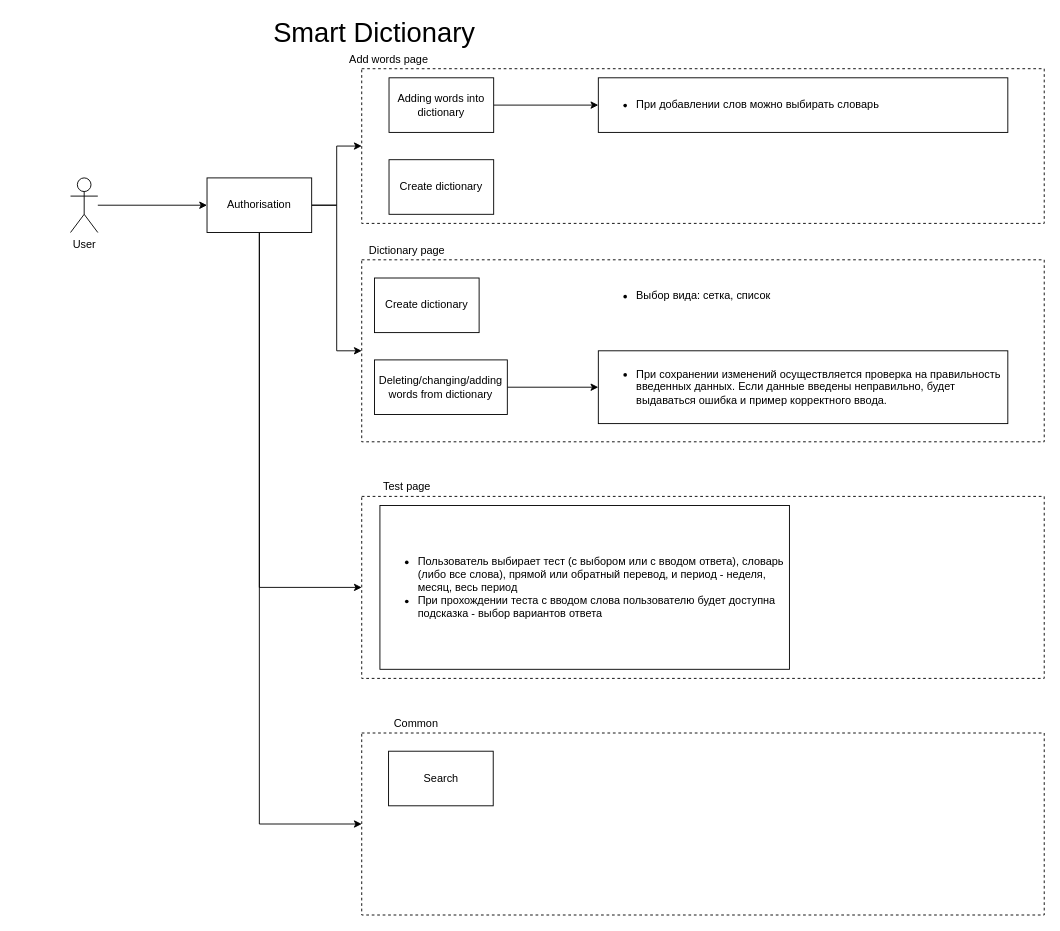
vikk777/Smart-Dictionary keeps this draw.io diagram as page "functional" (4 of 6) of schemes/scheme.drawio. Above is the earlier version. Source tidied: cells renumbered, new cells numbered last; positions are measured from the earlier drawing's top-left corner, leaving out a move shared by most shapes. Both pictures are drawn from the tidied source at 91%, with x=0, y=0 at pixel (70, 23).
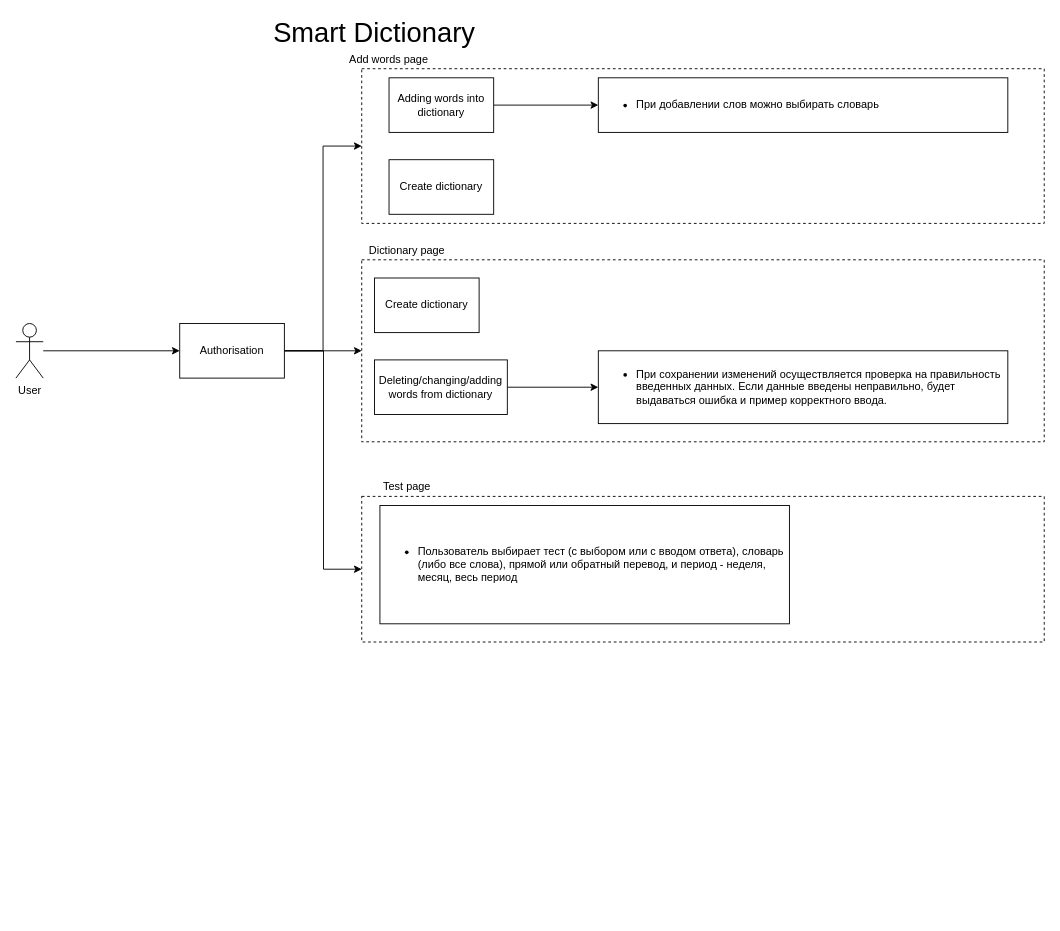
The same diagram, later.

Diff of the diagram source:
```diff
@@
-    <mxCell id="2" style="rounded=0;whiteSpace=wrap;html=1;fontSize=12;align=left;fillColor=none;dashed=1;" parent="1" vertex="1">
-      <mxGeometry x="320" y="780" width="750" height="200" as="geometry" />
-    </mxCell>
@@
     <mxCell id="6" value="User" style="shape=umlActor;verticalLabelPosition=bottom;labelBackgroundColor=#ffffff;verticalAlign=top;html=1;outlineConnect=0;" parent="1" vertex="1">
-      <mxGeometry y="170" width="30" height="60" as="geometry" />
+      <mxGeometry x="-60" y="330" width="30" height="60" as="geometry" />
     </mxCell>
@@
-    <mxCell id="9" style="edgeStyle=orthogonalEdgeStyle;rounded=0;jettySize=auto;html=1;fontSize=12;" parent="1" edge="1" source="11" target="24">
-      <mxGeometry relative="1" as="geometry">
-        <Array as="points">
-          <mxPoint x="207" y="620" />
-        </Array>
-      </mxGeometry>
+    <mxCell id="9" style="edgeStyle=elbowEdgeStyle;rounded=0;jettySize=auto;html=1;fontSize=12;" parent="1" edge="1" source="11" target="24">
+      <mxGeometry relative="1" as="geometry" />
     </mxCell>
-    <mxCell id="10" style="edgeStyle=orthogonalEdgeStyle;rounded=0;jettySize=auto;html=1;entryX=0;entryY=0.5;entryDx=0;entryDy=0;" parent="1" edge="1" source="11" target="2">
-      <mxGeometry relative="1" as="geometry">
-        <Array as="points">
-          <mxPoint x="208" y="880" />
-        </Array>
-      </mxGeometry>
-    </mxCell>
     <mxCell id="11" value="Authorisation" style="rounded=0;whiteSpace=wrap;html=1;" parent="1" vertex="1">
-      <mxGeometry x="150" y="170" width="115" height="60" as="geometry" />
+      <mxGeometry x="120" y="330" width="115" height="60" as="geometry" />
     </mxCell>
@@
-    <mxCell id="22" value="&lt;ul style=&quot;font-size: 12px&quot;&gt;&lt;li style=&quot;font-size: 12px&quot;&gt;Выбор вида: сетка, список&lt;/li&gt;&lt;/ul&gt;" style="text;html=1;strokeColor=none;fillColor=none;align=left;verticalAlign=middle;whiteSpace=wrap;rounded=0;fontSize=12;" parent="1" vertex="1">
-      <mxGeometry x="580" y="260" width="450" height="80" as="geometry" />
-    </mxCell>
@@
     <mxCell id="24" style="rounded=0;whiteSpace=wrap;html=1;fontSize=12;align=left;fillColor=none;dashed=1;" parent="1" vertex="1">
-      <mxGeometry x="320" y="520" width="750" height="200" as="geometry" />
+      <mxGeometry x="320" y="520" width="750" height="160" as="geometry" />
     </mxCell>
@@
-    <mxCell id="26" value="&lt;ul style=&quot;font-size: 12px&quot;&gt;&lt;li style=&quot;font-size: 12px&quot;&gt;Пользователь выбирает тест (с выбором или с вводом ответа), словарь (либо все слова), прямой или обратный перевод, и период - неделя, месяц, весь период&lt;/li&gt;&lt;li style=&quot;font-size: 12px&quot;&gt;При прохождении теста с вводом слова пользователю будет доступна подсказка - выбор вариантов ответа&lt;/li&gt;&lt;/ul&gt;" style="text;html=1;strokeColor=#000000;fillColor=none;align=left;verticalAlign=middle;whiteSpace=wrap;rounded=0;fontSize=12;" parent="1" vertex="1">
-      <mxGeometry x="340" y="530" width="450" height="180" as="geometry" />
+    <mxCell id="26" value="&lt;ul style=&quot;font-size: 12px&quot;&gt;&lt;li style=&quot;font-size: 12px&quot;&gt;Пользователь выбирает тест (с выбором или с вводом ответа), словарь (либо все слова), прямой или обратный перевод, и период - неделя, месяц, весь период&lt;/li&gt;&lt;/ul&gt;" style="text;html=1;strokeColor=#000000;fillColor=none;align=left;verticalAlign=middle;whiteSpace=wrap;rounded=0;fontSize=12;" parent="1" vertex="1">
+      <mxGeometry x="340" y="530" width="450" height="130" as="geometry" />
     </mxCell>
-    <mxCell id="27" value="Search&lt;br&gt;" style="rounded=0;whiteSpace=wrap;html=1;" parent="1" vertex="1">
-      <mxGeometry x="349.5" y="800" width="115" height="60" as="geometry" />
-    </mxCell>
-    <mxCell id="28" value="Common" style="text;html=1;strokeColor=none;fillColor=none;align=center;verticalAlign=middle;whiteSpace=wrap;rounded=0;dashed=1;fontSize=12;" parent="1" vertex="1">
-      <mxGeometry x="320" y="760" width="120" height="20" as="geometry" />
-    </mxCell>
```
